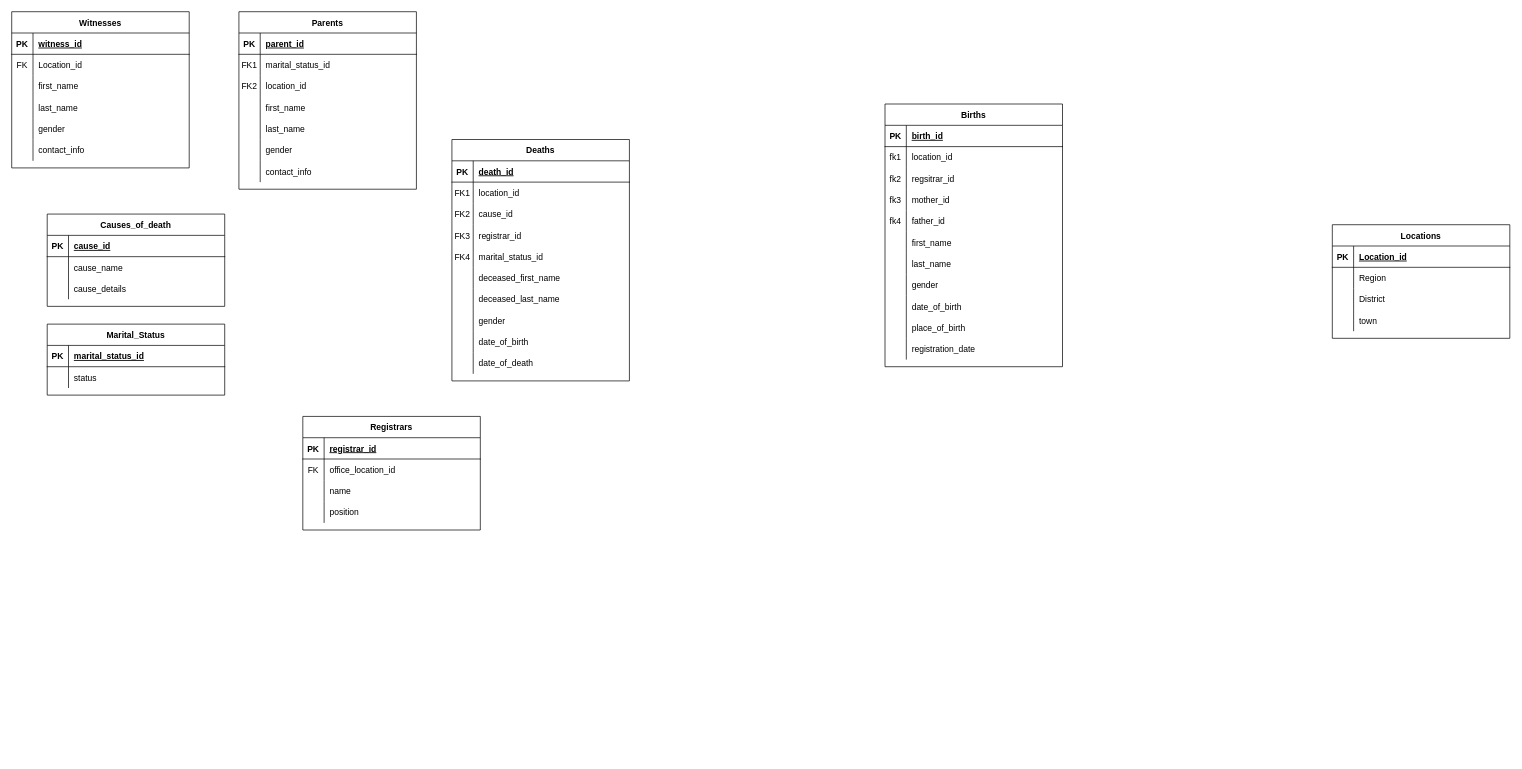
Before: DBRegistryERDiagram.drawio in brabentil/database_diagrams, a draw.io diagram. Source tidied: cells renumbered, new cells numbered last; positions are measured from the earlier drawing's top-left corner, leaving out a move shared by most shapes. Both pictures are drawn from the tidied source at 71%, with x=0, y=0 at pixel (11, 11).
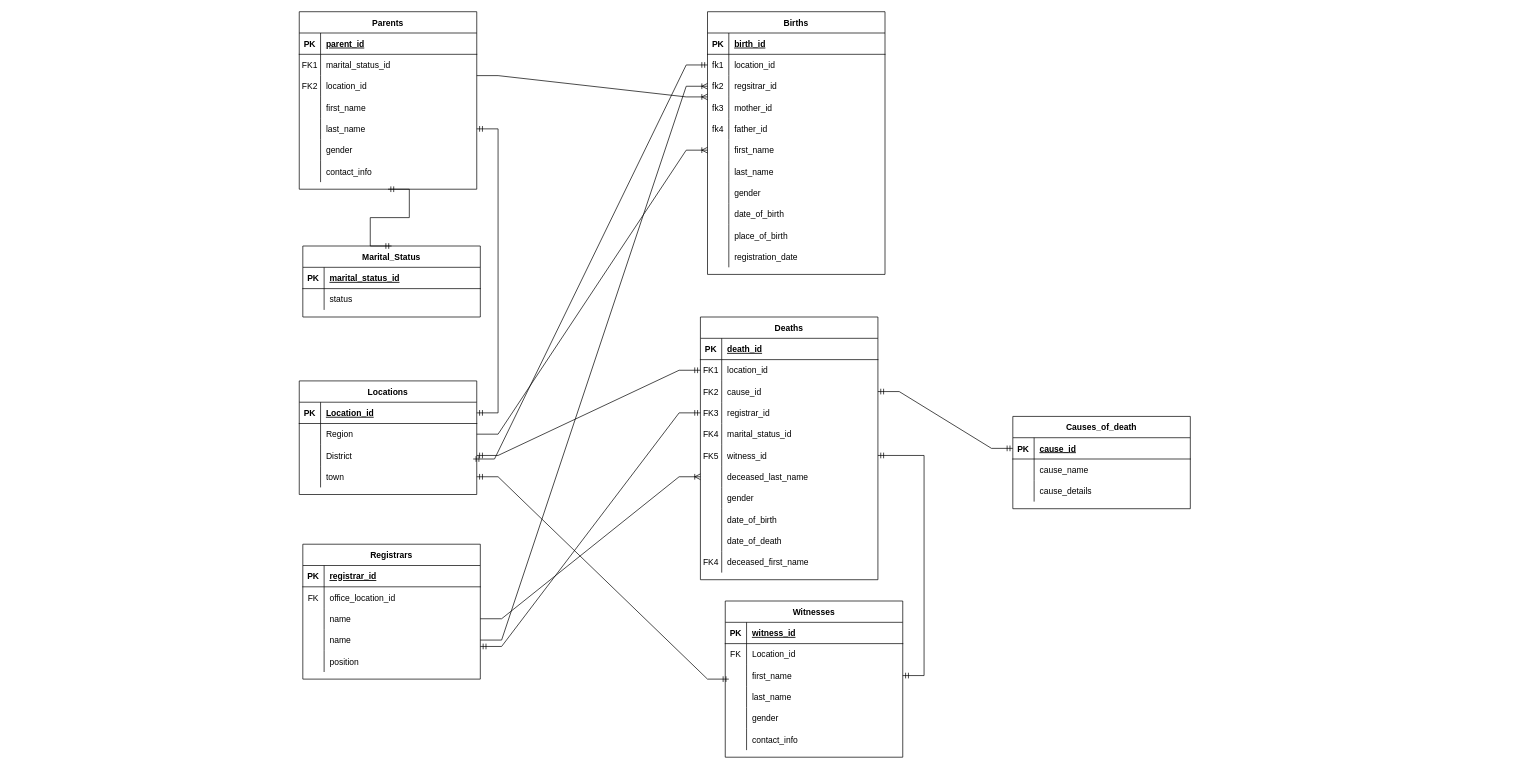
After the change.

The change refers to these unchanged cells:
```xml
<mxCell id="6" style="shape=partialRectangle;fillColor=none;points=[[0,0.5],[1,0.5]];portConstraint=eastwest;top=0;left=0;right=0;bottom=0;" parent="2" vertex="1">
  <mxGeometry y="60" width="250" height="30" as="geometry" />
</mxCell>
<mxCell id="9" style="shape=partialRectangle;fillColor=none;points=[[0,0.5],[1,0.5]];portConstraint=eastwest;top=0;left=0;right=0;bottom=0;" parent="2" vertex="1">
  <mxGeometry y="90" width="250" height="30" as="geometry" />
</mxCell>
<mxCell id="18" style="shape=partialRectangle;fillColor=none;points=[[0,0.5],[1,0.5]];portConstraint=eastwest;top=0;left=0;right=0;bottom=0;" parent="2" vertex="1">
  <mxGeometry y="180" width="250" height="30" as="geometry" />
</mxCell>
<mxCell id="37" style="shape=partialRectangle;fillColor=none;points=[[0,0.5],[1,0.5]];portConstraint=eastwest;top=0;left=0;right=0;bottom=1;" parent="36" vertex="1">
  <mxGeometry y="30" width="250" height="30" as="geometry" />
</mxCell>
<mxCell id="40" style="shape=partialRectangle;fillColor=none;points=[[0,0.5],[1,0.5]];portConstraint=eastwest;top=0;left=0;right=0;bottom=0;" parent="36" vertex="1">
  <mxGeometry y="60" width="250" height="30" as="geometry" />
</mxCell>
<mxCell id="43" style="shape=partialRectangle;fillColor=none;points=[[0,0.5],[1,0.5]];portConstraint=eastwest;top=0;left=0;right=0;bottom=0;" parent="36" vertex="1">
  <mxGeometry y="90" width="250" height="30" as="geometry" />
</mxCell>
<mxCell id="46" style="shape=partialRectangle;fillColor=none;points=[[0,0.5],[1,0.5]];portConstraint=eastwest;top=0;left=0;right=0;bottom=0;" parent="36" vertex="1">
  <mxGeometry y="120" width="250" height="30" as="geometry" />
</mxCell>
<mxCell id="53" style="shape=partialRectangle;fillColor=none;points=[[0,0.5],[1,0.5]];portConstraint=eastwest;top=0;left=0;right=0;bottom=0;" parent="49" vertex="1">
  <mxGeometry y="60" width="250" height="30" as="geometry" />
</mxCell>
<mxCell id="56" style="shape=partialRectangle;fillColor=none;points=[[0,0.5],[1,0.5]];portConstraint=eastwest;top=0;left=0;right=0;bottom=0;" parent="49" vertex="1">
  <mxGeometry y="90" width="250" height="30" as="geometry" />
</mxCell>
<mxCell id="59" style="shape=partialRectangle;fillColor=none;points=[[0,0.5],[1,0.5]];portConstraint=eastwest;top=0;left=0;right=0;bottom=0;" parent="49" vertex="1">
  <mxGeometry y="120" width="250" height="30" as="geometry" />
</mxCell>
<mxCell id="65" style="shape=partialRectangle;fillColor=none;points=[[0,0.5],[1,0.5]];portConstraint=eastwest;top=0;left=0;right=0;bottom=0;" parent="49" vertex="1">
  <mxGeometry y="180" width="250" height="30" as="geometry" />
</mxCell>
<mxCell id="68" style="shape=partialRectangle;fillColor=none;points=[[0,0.5],[1,0.5]];portConstraint=eastwest;top=0;left=0;right=0;bottom=0;" parent="49" vertex="1">
  <mxGeometry y="210" width="250" height="30" as="geometry" />
</mxCell>
<mxCell id="93" style="shape=partialRectangle;fillColor=none;points=[[0,0.5],[1,0.5]];portConstraint=eastwest;top=0;left=0;right=0;bottom=0;" parent="80" vertex="1">
  <mxGeometry y="150" width="250" height="30" as="geometry" />
</mxCell>
<mxCell id="109" style="shape=partialRectangle;fillColor=none;points=[[0,0.5],[1,0.5]];portConstraint=eastwest;top=0;left=0;right=0;bottom=0;" parent="102" vertex="1">
  <mxGeometry y="90" width="250" height="30" as="geometry" />
</mxCell>
<mxCell id="122" style="shape=partialRectangle;fillColor=none;points=[[0,0.5],[1,0.5]];portConstraint=eastwest;top=0;left=0;right=0;bottom=0;" parent="115" vertex="1">
  <mxGeometry y="90" width="250" height="30" as="geometry" />
</mxCell>
<mxCell id="135" style="shape=partialRectangle;fillColor=none;points=[[0,0.5],[1,0.5]];portConstraint=eastwest;top=0;left=0;right=0;bottom=1;" parent="134" vertex="1">
  <mxGeometry y="30" width="250" height="30" as="geometry" />
</mxCell>
```

Diff of the diagram source:
```diff
@@
     <mxCell id="2" value="Births" style="shape=table;startSize=30;childLayout=tableLayout;rowLines=0;fontStyle=1;align=center;" parent="1" vertex="1">
-      <mxGeometry x="1230" y="130" width="250" height="370" as="geometry" />
+      <mxGeometry x="980" width="250" height="370" as="geometry" />
     </mxCell>
@@
     <mxCell id="36" value="Locations" style="shape=table;startSize=30;childLayout=tableLayout;rowLines=0;fontStyle=1;align=center;" parent="1" vertex="1">
-      <mxGeometry x="1860" y="300" width="250" height="160" as="geometry" />
+      <mxGeometry x="405" y="520" width="250" height="160" as="geometry" />
     </mxCell>
@@
     <mxCell id="49" value="Deaths" style="shape=table;startSize=30;childLayout=tableLayout;rowLines=0;fontStyle=1;align=center;" parent="1" vertex="1">
-      <mxGeometry x="620" y="180" width="250" height="340" as="geometry" />
+      <mxGeometry x="970" y="430" width="250" height="370" as="geometry" />
     </mxCell>
@@
-    <mxCell id="66" style="shape=partialRectangle;overflow=hidden;fillColor=none;top=0;left=0;bottom=0;right=0;" parent="65" vertex="1">
+    <mxCell id="66" value="FK5" style="shape=partialRectangle;overflow=hidden;fillColor=none;top=0;left=0;bottom=0;right=0;" parent="65" vertex="1">
       <mxGeometry width="30" height="30" as="geometry" />
     </mxCell>
-    <mxCell id="67" value="deceased_first_name" style="shape=partialRectangle;overflow=hidden;fillColor=none;top=0;left=0;bottom=0;right=0;align=left;spacingLeft=6;" parent="65" vertex="1">
+    <mxCell id="67" value="witness_id" style="shape=partialRectangle;overflow=hidden;fillColor=none;top=0;left=0;bottom=0;right=0;align=left;spacingLeft=6;" parent="65" vertex="1">
       <mxGeometry x="30" width="220" height="30" as="geometry" />
     </mxCell>
@@
+    <mxCell id="151" style="shape=partialRectangle;fillColor=none;top=0;left=0;right=0;bottom=0;" parent="49" vertex="1">
+      <mxGeometry y="330" width="250" height="30" as="geometry" />
+    </mxCell>
+    <mxCell id="152" value="FK4" style="shape=partialRectangle;overflow=hidden;fillColor=none;top=0;left=0;bottom=0;right=0;" parent="151" vertex="1">
+      <mxGeometry width="30" height="30" as="geometry" />
+    </mxCell>
+    <mxCell id="153" value="deceased_first_name" style="shape=partialRectangle;overflow=hidden;fillColor=none;top=0;left=0;bottom=0;right=0;align=left;spacingLeft=6;" parent="151" vertex="1">
+      <mxGeometry x="30" width="220" height="30" as="geometry" />
+    </mxCell>
     <mxCell id="80" value="Parents" style="shape=table;startSize=30;childLayout=tableLayout;rowLines=0;fontStyle=1;align=center;" parent="1" vertex="1">
-      <mxGeometry x="320" width="250" height="250" as="geometry" />
+      <mxGeometry x="405" width="250" height="250" as="geometry" />
     </mxCell>
@@
     <mxCell id="102" value="Registrars" style="shape=table;startSize=30;childLayout=tableLayout;rowLines=0;fontStyle=1;align=center;" parent="1" vertex="1">
-      <mxGeometry x="410" y="570" width="250" height="160" as="geometry" />
+      <mxGeometry x="410" y="750" width="250" height="190" as="geometry" />
     </mxCell>
@@
+    <mxCell id="154" style="shape=partialRectangle;fillColor=none;points=[[0,0.5],[1,0.5]];portConstraint=eastwest;top=0;left=0;right=0;bottom=0;" parent="102" vertex="1">
+      <mxGeometry y="120" width="250" height="30" as="geometry" />
+    </mxCell>
+    <mxCell id="155" style="shape=partialRectangle;overflow=hidden;fillColor=none;top=0;left=0;bottom=0;right=0;" parent="154" vertex="1">
+      <mxGeometry width="30" height="30" as="geometry" />
+    </mxCell>
+    <mxCell id="156" value="name" style="shape=partialRectangle;overflow=hidden;fillColor=none;top=0;left=0;bottom=0;right=0;align=left;spacingLeft=6;" parent="154" vertex="1">
+      <mxGeometry x="30" width="220" height="30" as="geometry" />
+    </mxCell>
     <mxCell id="112" style="shape=partialRectangle;fillColor=none;top=0;left=0;right=0;bottom=0;" parent="102" vertex="1">
-      <mxGeometry y="120" width="250" height="30" as="geometry" />
+      <mxGeometry y="150" width="250" height="30" as="geometry" />
     </mxCell>
@@
     <mxCell id="115" value="Witnesses" style="shape=table;startSize=30;childLayout=tableLayout;rowLines=0;fontStyle=1;align=center;" parent="1" vertex="1">
-      <mxGeometry width="250" height="220" as="geometry" />
+      <mxGeometry x="1005" y="830" width="250" height="220" as="geometry" />
     </mxCell>
@@
     <mxCell id="134" value="Causes_of_death" style="shape=table;startSize=30;childLayout=tableLayout;rowLines=0;fontStyle=1;align=center;" parent="1" vertex="1">
-      <mxGeometry x="50" y="285" width="250" height="130" as="geometry" />
+      <mxGeometry x="1410" y="570" width="250" height="130" as="geometry" />
     </mxCell>
@@
     <mxCell id="144" value="Marital_Status" style="shape=table;startSize=30;childLayout=tableLayout;rowLines=0;fontStyle=1;align=center;" parent="1" vertex="1">
-      <mxGeometry x="50" y="440" width="250" height="100" as="geometry" />
+      <mxGeometry x="410" y="330" width="250" height="100" as="geometry" />
     </mxCell>
@@
+    <mxCell id="157" style="edgeStyle=entityRelationEdgeStyle;fontSize=12;html=1;endArrow=ERoneToMany;rounded=0;exitX=1;exitY=0.5;exitDx=0;exitDy=0;entryX=0;entryY=0.5;entryDx=0;entryDy=0;" parent="1" edge="1">
+      <mxGeometry relative="1" as="geometry">
+        <mxPoint x="655" y="90" as="sourcePoint" />
+        <mxPoint x="980" y="120" as="targetPoint" />
+      </mxGeometry>
+    </mxCell>
+    <mxCell id="158" style="edgeStyle=entityRelationEdgeStyle;fontSize=12;html=1;endArrow=ERoneToMany;rounded=0;entryX=0;entryY=0.5;entryDx=0;entryDy=0;exitX=1;exitY=0.5;exitDx=0;exitDy=0;" parent="1" edge="1" source="40" target="18">
+      <mxGeometry relative="1" as="geometry">
+        <Array as="points">
+          <mxPoint x="660" y="440" />
+        </Array>
+      </mxGeometry>
+    </mxCell>
+    <mxCell id="159" style="edgeStyle=entityRelationEdgeStyle;fontSize=12;html=1;endArrow=ERoneToMany;rounded=0;exitX=1;exitY=0.5;exitDx=0;exitDy=0;entryX=0;entryY=0.5;entryDx=0;entryDy=0;" parent="1" edge="1" source="154" target="9">
+      <mxGeometry relative="1" as="geometry">
+        <Array as="points">
+          <mxPoint x="970" y="100" />
+        </Array>
+      </mxGeometry>
+    </mxCell>
+    <mxCell id="160" style="edgeStyle=entityRelationEdgeStyle;fontSize=12;html=1;endArrow=ERmandOne;startArrow=ERmandOne;rounded=0;entryX=0;entryY=0.5;entryDx=0;entryDy=0;exitX=1;exitY=0.5;exitDx=0;exitDy=0;" parent="1" edge="1" source="56" target="135">
+      <mxGeometry relative="1" as="geometry">
+        <Array as="points">
+          <mxPoint x="1270" y="490" />
+          <mxPoint x="1660" y="440" />
+          <mxPoint x="1670" y="565" />
+        </Array>
+      </mxGeometry>
+    </mxCell>
+    <mxCell id="161" style="edgeStyle=entityRelationEdgeStyle;fontSize=12;html=1;endArrow=ERoneToMany;rounded=0;entryX=0;entryY=0.5;entryDx=0;entryDy=0;exitX=1;exitY=0.5;exitDx=0;exitDy=0;" parent="1" edge="1" source="109" target="68">
+      <mxGeometry relative="1" as="geometry">
+        <Array as="points">
+          <mxPoint x="930" y="540" />
+          <mxPoint x="920" y="530" />
+        </Array>
+      </mxGeometry>
+    </mxCell>
+    <mxCell id="162" style="edgeStyle=entityRelationEdgeStyle;fontSize=12;html=1;endArrow=ERmandOne;startArrow=ERmandOne;rounded=0;entryX=0;entryY=0.5;entryDx=0;entryDy=0;" parent="1" edge="1" target="59">
+      <mxGeometry relative="1" as="geometry">
+        <mxPoint x="660" y="894" as="sourcePoint" />
+        <Array as="points">
+          <mxPoint x="670" y="910" />
+        </Array>
+      </mxGeometry>
+    </mxCell>
+    <mxCell id="163" style="edgeStyle=entityRelationEdgeStyle;fontSize=12;html=1;endArrow=ERmandOne;startArrow=ERmandOne;rounded=0;exitX=0.5;exitY=1;exitDx=0;exitDy=0;entryX=0.5;entryY=0;entryDx=0;entryDy=0;" parent="1" edge="1" source="80" target="144">
+      <mxGeometry relative="1" as="geometry" />
+    </mxCell>
+    <mxCell id="164" style="edgeStyle=entityRelationEdgeStyle;fontSize=12;html=1;endArrow=ERmandOne;startArrow=ERmandOne;rounded=0;entryX=1;entryY=0.5;entryDx=0;entryDy=0;exitX=1;exitY=0.5;exitDx=0;exitDy=0;" parent="1" edge="1" source="37" target="93">
+      <mxGeometry relative="1" as="geometry" />
+    </mxCell>
+    <mxCell id="165" style="edgeStyle=entityRelationEdgeStyle;fontSize=12;html=1;endArrow=ERmandOne;startArrow=ERmandOne;rounded=0;entryX=0;entryY=0.5;entryDx=0;entryDy=0;" parent="1" edge="1" target="6">
+      <mxGeometry relative="1" as="geometry">
+        <mxPoint x="650" y="630" as="sourcePoint" />
+        <Array as="points">
+          <mxPoint x="760" y="240" />
+        </Array>
+      </mxGeometry>
+    </mxCell>
+    <mxCell id="166" style="edgeStyle=entityRelationEdgeStyle;fontSize=12;html=1;endArrow=ERmandOne;startArrow=ERmandOne;rounded=0;exitX=1;exitY=0.5;exitDx=0;exitDy=0;" parent="1" edge="1" source="46">
+      <mxGeometry relative="1" as="geometry">
+        <mxPoint x="1010" y="940" as="targetPoint" />
+      </mxGeometry>
+    </mxCell>
+    <mxCell id="167" style="edgeStyle=entityRelationEdgeStyle;fontSize=12;html=1;endArrow=ERmandOne;startArrow=ERmandOne;rounded=0;exitX=1;exitY=0.5;exitDx=0;exitDy=0;" parent="1" edge="1" source="43" target="53">
+      <mxGeometry relative="1" as="geometry">
+        <Array as="points">
+          <mxPoint x="940" y="500" />
+        </Array>
+      </mxGeometry>
+    </mxCell>
+    <mxCell id="168" style="edgeStyle=entityRelationEdgeStyle;fontSize=12;html=1;endArrow=ERmandOne;startArrow=ERmandOne;rounded=0;entryX=1;entryY=0.5;entryDx=0;entryDy=0;" parent="1" edge="1" source="122" target="65">
+      <mxGeometry relative="1" as="geometry">
+        <Array as="points">
+          <mxPoint x="1280" y="930" />
+        </Array>
+      </mxGeometry>
+    </mxCell>
```
